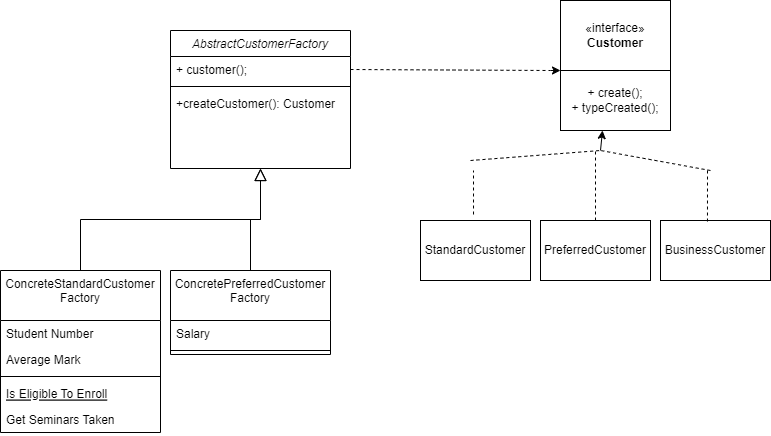
Above: Assign3Part3 Diagram.drawio.png in jimmyjazz31/CS665Assign3 (draw.io), before the change. Source tidied: cells renumbered, new cells last; positions are measured from the earlier drawing's top-left corner, leaving out a move shared by most shapes.
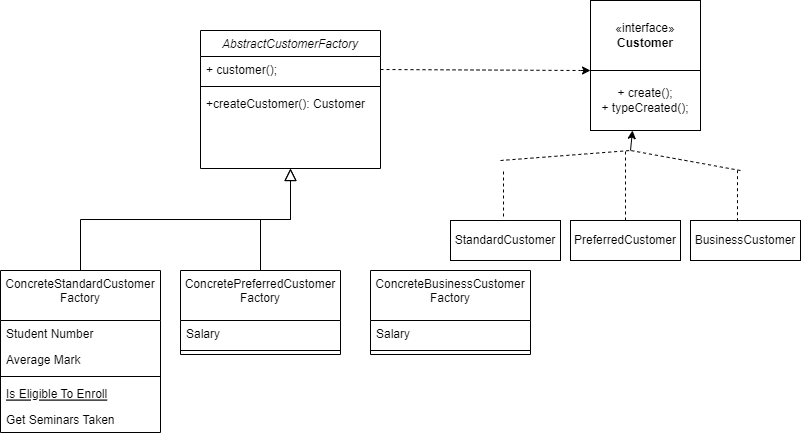
Later version of the same file.

The edit, as a diff of the source:
```diff
@@ -15,7 +15,7 @@
       <mxGeometry y="60" width="180" height="26" as="geometry" />
     </mxCell>
     <mxCell id="6" value="ConcreteStandardCustomer&#10;Factory" style="swimlane;fontStyle=0;align=center;verticalAlign=top;horizontal=1;startSize=50;rounded=0;shadow=0;strokeWidth=1;" parent="1" vertex="1">
-      <mxGeometry y="270" width="160" height="162" as="geometry" />
+      <mxGeometry x="-30" y="270" width="160" height="162" as="geometry" />
     </mxCell>
     <mxCell id="7" value="Student Number" style="text;align=left;verticalAlign=top;spacingLeft=4;spacingRight=4;overflow=hidden;" parent="6" vertex="1">
       <mxGeometry y="50" width="160" height="26" as="geometry" />
@@ -36,7 +36,7 @@
       <mxGeometry relative="1" as="geometry" />
     </mxCell>
     <mxCell id="13" value="ConcretePreferredCustomer&#10;Factory" style="swimlane;fontStyle=0;align=center;verticalAlign=top;horizontal=1;startSize=50;rounded=0;shadow=0;strokeWidth=1;" parent="1" vertex="1">
-      <mxGeometry x="170" y="270" width="160" height="84" as="geometry" />
+      <mxGeometry x="150" y="270" width="160" height="84" as="geometry" />
     </mxCell>
     <mxCell id="14" value="Salary" style="text;align=left;verticalAlign=top;spacingLeft=4;spacingRight=4;overflow=hidden;" parent="13" vertex="1">
       <mxGeometry y="50" width="160" height="26" as="geometry" />
@@ -51,16 +51,16 @@
       <mxGeometry x="560" width="110" height="70" as="geometry" />
     </mxCell>
     <mxCell id="18" value="PreferredCustomer" style="rounded=0;whiteSpace=wrap;html=1;" parent="1" vertex="1">
-      <mxGeometry x="540" y="220" width="110" height="60" as="geometry" />
+      <mxGeometry x="540" y="220" width="110" height="40" as="geometry" />
     </mxCell>
     <mxCell id="19" value="+ create();&lt;div&gt;+ typeCreated();&lt;/div&gt;" style="rounded=0;whiteSpace=wrap;html=1;" parent="1" vertex="1">
       <mxGeometry x="560" y="70" width="110" height="60" as="geometry" />
     </mxCell>
     <mxCell id="20" value="BusinessCustomer" style="rounded=0;whiteSpace=wrap;html=1;" parent="1" vertex="1">
-      <mxGeometry x="660" y="220" width="110" height="60" as="geometry" />
+      <mxGeometry x="660" y="220" width="110" height="40" as="geometry" />
     </mxCell>
     <mxCell id="21" value="StandardCustomer&lt;span style=&quot;white-space: pre;&quot;&gt;&#9;&lt;/span&gt;" style="rounded=0;whiteSpace=wrap;html=1;" parent="1" vertex="1">
-      <mxGeometry x="420" y="220" width="110" height="60" as="geometry" />
+      <mxGeometry x="420" y="220" width="110" height="40" as="geometry" />
     </mxCell>
     <mxCell id="22" style="endArrow=none;dashed=1;html=1;rounded=0;" parent="1" edge="1">
       <mxGeometry relative="1" as="geometry">
@@ -104,5 +104,14 @@
         <mxPoint x="550" y="70" as="sourcePoint" />
       </mxGeometry>
     </mxCell>
+    <mxCell id="30" value="ConcreteBusinessCustomer&#10;Factory" style="swimlane;fontStyle=0;align=center;verticalAlign=top;horizontal=1;startSize=50;rounded=0;shadow=0;strokeWidth=1;" parent="1" vertex="1">
+      <mxGeometry x="340" y="270" width="160" height="84" as="geometry" />
+    </mxCell>
+    <mxCell id="31" value="Salary" style="text;align=left;verticalAlign=top;spacingLeft=4;spacingRight=4;overflow=hidden;" parent="30" vertex="1">
+      <mxGeometry y="50" width="160" height="26" as="geometry" />
+    </mxCell>
+    <mxCell id="32" style="line;html=1;strokeWidth=1;align=left;verticalAlign=middle;spacingTop=-1;spacingLeft=3;spacingRight=3;labelPosition=right;" parent="30" vertex="1">
+      <mxGeometry y="76" width="160" height="8" as="geometry" />
+    </mxCell>
   </root>
 </mxGraphModel>
```
